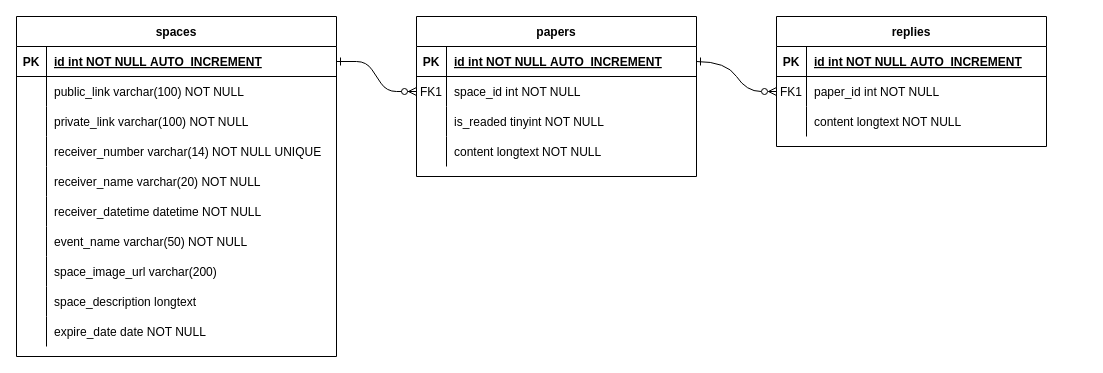
Earlier version of the draw.io diagram rollingpaper.drawio (bavengers/ERD). Source tidied: cells renumbered, new cells numbered last; positions are measured from the earlier drawing's top-left corner, leaving out a move shared by most shapes. Both pictures are drawn from the tidied source at 100%, with x=0, y=0 at pixel (16, 16).
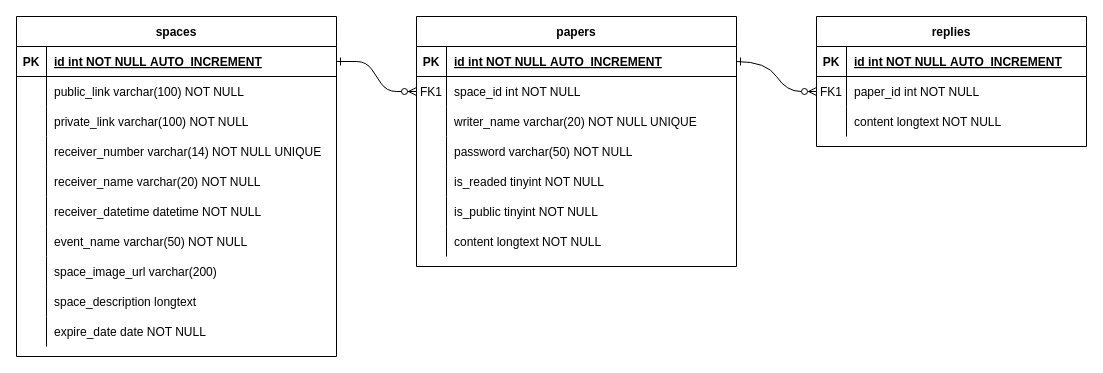
After the change.

Diff of the diagram source:
```diff
@@
     <mxCell id="3" value="papers" style="shape=table;startSize=30;childLayout=tableLayout;rowLines=0;fontStyle=1;align=center;" parent="1" vertex="1">
-      <mxGeometry x="400" width="280" height="160" as="geometry" />
+      <mxGeometry x="400" width="320" height="250" as="geometry" />
     </mxCell>
     <mxCell id="4" style="shape=partialRectangle;fillColor=none;points=[[0,0.5],[1,0.5]];portConstraint=eastwest;top=0;left=0;right=0;bottom=1;" parent="3" vertex="1">
-      <mxGeometry y="30" width="280" height="30" as="geometry" />
+      <mxGeometry y="30" width="320" height="30" as="geometry" />
     </mxCell>
@@
     <mxCell id="6" value="id int NOT NULL AUTO_INCREMENT" style="shape=partialRectangle;overflow=hidden;fillColor=none;top=0;left=0;bottom=0;right=0;align=left;spacingLeft=6;fontStyle=5;" parent="4" vertex="1">
-      <mxGeometry x="30" width="250" height="30" as="geometry" />
+      <mxGeometry x="30" width="290" height="30" as="geometry" />
     </mxCell>
     <mxCell id="7" style="shape=partialRectangle;fillColor=none;points=[[0,0.5],[1,0.5]];portConstraint=eastwest;top=0;left=0;right=0;bottom=0;" parent="3" vertex="1">
-      <mxGeometry y="60" width="280" height="30" as="geometry" />
+      <mxGeometry y="60" width="320" height="30" as="geometry" />
     </mxCell>
@@
     <mxCell id="9" value="space_id int NOT NULL" style="shape=partialRectangle;overflow=hidden;fillColor=none;top=0;left=0;bottom=0;right=0;align=left;spacingLeft=6;" parent="7" vertex="1">
-      <mxGeometry x="30" width="250" height="30" as="geometry" />
+      <mxGeometry x="30" width="290" height="30" as="geometry" />
     </mxCell>
+    <mxCell id="59" style="shape=partialRectangle;fillColor=none;top=0;left=0;right=0;bottom=0;" parent="3" vertex="1">
+      <mxGeometry y="90" width="320" height="30" as="geometry" />
+    </mxCell>
+    <mxCell id="60" style="shape=partialRectangle;overflow=hidden;fillColor=none;top=0;left=0;bottom=0;right=0;" parent="59" vertex="1">
+      <mxGeometry width="30" height="30" as="geometry" />
+    </mxCell>
+    <mxCell id="61" value="writer_name varchar(20) NOT NULL UNIQUE" style="shape=partialRectangle;overflow=hidden;fillColor=none;top=0;left=0;bottom=0;right=0;align=left;spacingLeft=6;" parent="59" vertex="1">
+      <mxGeometry x="30" width="290" height="30" as="geometry" />
+    </mxCell>
+    <mxCell id="62" style="shape=partialRectangle;fillColor=none;top=0;left=0;right=0;bottom=0;" parent="3" vertex="1">
+      <mxGeometry y="120" width="320" height="30" as="geometry" />
+    </mxCell>
+    <mxCell id="63" style="shape=partialRectangle;overflow=hidden;fillColor=none;top=0;left=0;bottom=0;right=0;" parent="62" vertex="1">
+      <mxGeometry width="30" height="30" as="geometry" />
+    </mxCell>
+    <mxCell id="64" value="password varchar(50) NOT NULL" style="shape=partialRectangle;overflow=hidden;fillColor=none;top=0;left=0;bottom=0;right=0;align=left;spacingLeft=6;" parent="62" vertex="1">
+      <mxGeometry x="30" width="290" height="30" as="geometry" />
+    </mxCell>
     <mxCell id="10" style="shape=partialRectangle;fillColor=none;top=0;left=0;right=0;bottom=0;" parent="3" vertex="1">
-      <mxGeometry y="90" width="280" height="30" as="geometry" />
+      <mxGeometry y="150" width="320" height="30" as="geometry" />
     </mxCell>
@@
     <mxCell id="12" value="is_readed tinyint NOT NULL" style="shape=partialRectangle;overflow=hidden;fillColor=none;top=0;left=0;bottom=0;right=0;align=left;spacingLeft=6;" parent="10" vertex="1">
-      <mxGeometry x="30" width="250" height="30" as="geometry" />
+      <mxGeometry x="30" width="290" height="30" as="geometry" />
     </mxCell>
+    <mxCell id="65" style="shape=partialRectangle;fillColor=none;top=0;left=0;right=0;bottom=0;" parent="3" vertex="1">
+      <mxGeometry y="180" width="320" height="30" as="geometry" />
+    </mxCell>
+    <mxCell id="66" style="shape=partialRectangle;overflow=hidden;fillColor=none;top=0;left=0;bottom=0;right=0;" parent="65" vertex="1">
+      <mxGeometry width="30" height="30" as="geometry" />
+    </mxCell>
+    <mxCell id="67" value="is_public tinyint NOT NULL" style="shape=partialRectangle;overflow=hidden;fillColor=none;top=0;left=0;bottom=0;right=0;align=left;spacingLeft=6;" parent="65" vertex="1">
+      <mxGeometry x="30" width="290" height="30" as="geometry" />
+    </mxCell>
     <mxCell id="13" style="shape=partialRectangle;fillColor=none;points=[[0,0.5],[1,0.5]];portConstraint=eastwest;top=0;left=0;right=0;bottom=0;" parent="3" vertex="1">
-      <mxGeometry y="120" width="280" height="30" as="geometry" />
+      <mxGeometry y="210" width="320" height="30" as="geometry" />
     </mxCell>
@@
     <mxCell id="15" value="content longtext NOT NULL" style="shape=partialRectangle;overflow=hidden;fillColor=none;top=0;left=0;bottom=0;right=0;align=left;spacingLeft=6;" parent="13" vertex="1">
-      <mxGeometry x="30" width="250" height="30" as="geometry" />
+      <mxGeometry x="30" width="290" height="30" as="geometry" />
     </mxCell>
@@
     <mxCell id="48" value="replies" style="shape=table;startSize=30;childLayout=tableLayout;rowLines=0;fontStyle=1;align=center;" parent="1" vertex="1">
-      <mxGeometry x="760" width="270" height="130" as="geometry" />
+      <mxGeometry x="800" width="270" height="130" as="geometry" />
     </mxCell>
```
